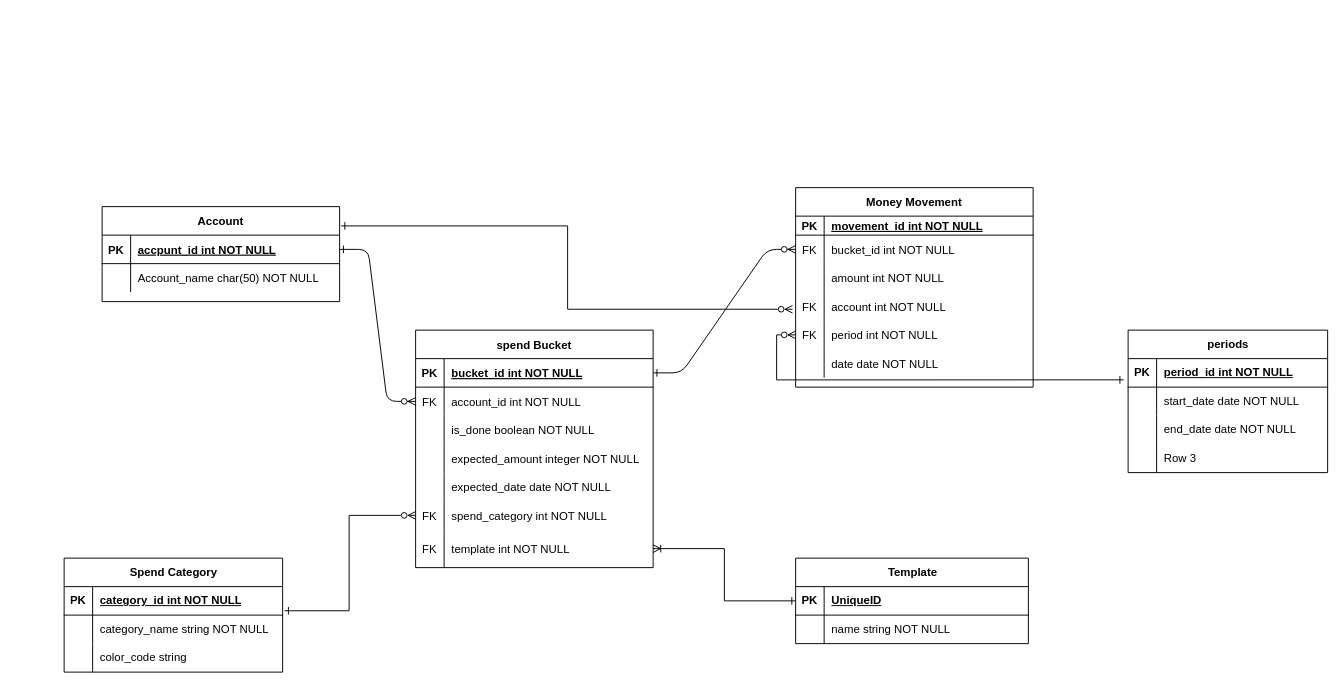
Earlier version of the draw.io diagram ERD.drawio (wolfsquared/Budgeting-App-Diagrams). Source tidied: cells renumbered, new cells numbered last; positions are measured from the earlier drawing's top-left corner, leaving out a move shared by most shapes. Both pictures are drawn from the tidied source at 95%, with x=0, y=0 at pixel (64, 187).
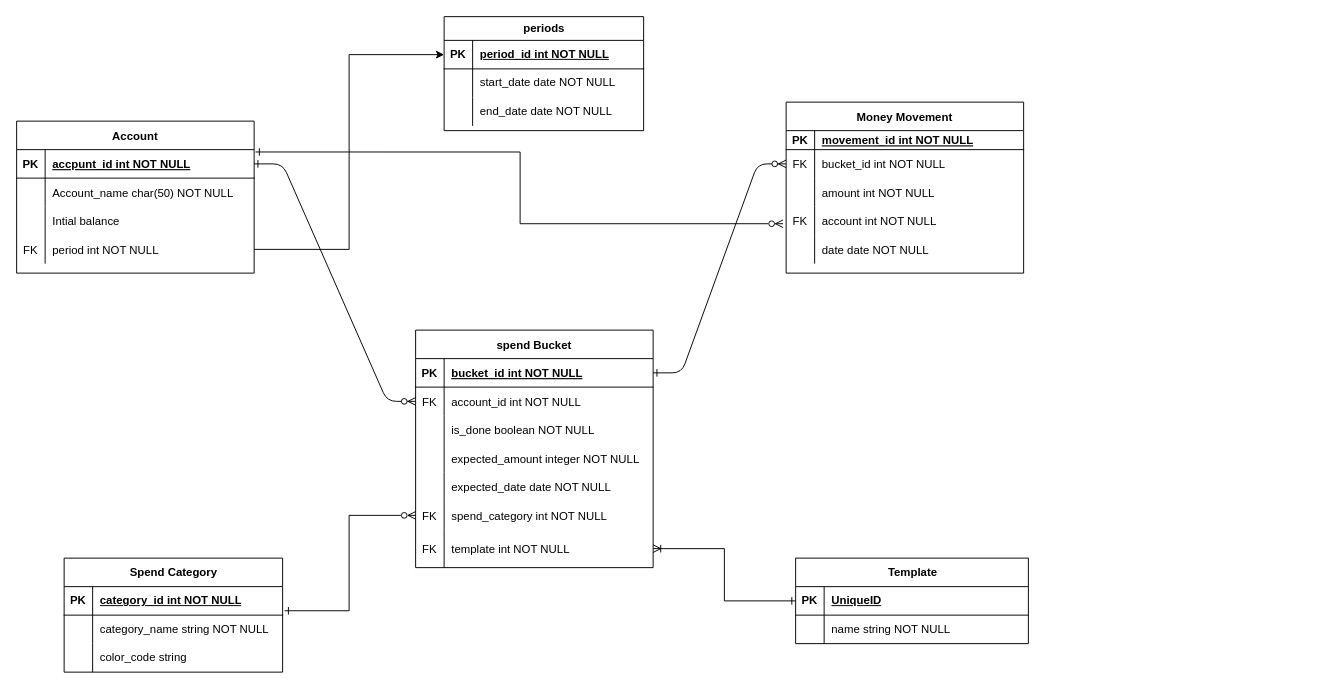
After the change.

The edit, as a diff of the source:
```diff
@@
     <mxCell id="26" value="Money Movement" style="shape=table;startSize=30;childLayout=tableLayout;rowLines=0;fontStyle=1;align=center;" parent="1" vertex="1">
-      <mxGeometry x="770" width="250" height="210" as="geometry" />
+      <mxGeometry x="760" y="-90" width="250" height="180" as="geometry" />
     </mxCell>
@@
-    <mxCell id="39" style="shape=partialRectangle;fillColor=none;points=[[0,0.5],[1,0.5]];portConstraint=eastwest;top=0;left=0;right=0;bottom=0;" parent="26" vertex="1">
-      <mxGeometry y="140" width="250" height="30" as="geometry" />
-    </mxCell>
-    <mxCell id="40" value="FK" style="shape=partialRectangle;overflow=hidden;fillColor=none;top=0;left=0;bottom=0;right=0;" parent="39" vertex="1">
-      <mxGeometry width="30" height="30" as="geometry" />
-    </mxCell>
-    <mxCell id="41" value="period int NOT NULL" style="shape=partialRectangle;overflow=hidden;fillColor=none;top=0;left=0;bottom=0;right=0;align=left;spacingLeft=6;" parent="39" vertex="1">
-      <mxGeometry x="30" width="220" height="30" as="geometry" />
-    </mxCell>
     <mxCell id="42" style="shape=partialRectangle;fillColor=none;top=0;left=0;right=0;bottom=0;" parent="26" vertex="1">
-      <mxGeometry y="170" width="250" height="30" as="geometry" />
+      <mxGeometry y="140" width="250" height="30" as="geometry" />
     </mxCell>
@@
     <mxCell id="45" value="Account" style="shape=table;startSize=30;childLayout=tableLayout;rowLines=0;fontStyle=1;align=center;" parent="1" vertex="1">
-      <mxGeometry x="40" y="20" width="250" height="100" as="geometry" />
+      <mxGeometry x="-50" y="-70" width="250" height="160" as="geometry" />
     </mxCell>
@@
+    <mxCell id="88" style="shape=partialRectangle;fillColor=none;top=0;left=0;right=0;bottom=0;" parent="45" vertex="1">
+      <mxGeometry y="90" width="250" height="30" as="geometry" />
+    </mxCell>
+    <mxCell id="89" style="shape=partialRectangle;overflow=hidden;fillColor=none;top=0;left=0;bottom=0;right=0;" parent="88" vertex="1">
+      <mxGeometry width="30" height="30" as="geometry" />
+    </mxCell>
+    <mxCell id="90" value="Intial balance" style="shape=partialRectangle;overflow=hidden;fillColor=none;top=0;left=0;bottom=0;right=0;align=left;spacingLeft=6;" parent="88" vertex="1">
+      <mxGeometry x="30" width="220" height="30" as="geometry" />
+    </mxCell>
+    <mxCell id="91" style="shape=partialRectangle;fillColor=none;points=[[0,0.5],[1,0.5]];portConstraint=eastwest;top=0;left=0;right=0;bottom=0;" parent="45" vertex="1">
+      <mxGeometry y="120" width="250" height="30" as="geometry" />
+    </mxCell>
+    <mxCell id="40" value="FK" style="shape=partialRectangle;overflow=hidden;fillColor=none;top=0;left=0;bottom=0;right=0;" parent="91" vertex="1">
+      <mxGeometry width="30" height="30" as="geometry" />
+    </mxCell>
+    <mxCell id="41" value="period int NOT NULL" style="shape=partialRectangle;overflow=hidden;fillColor=none;top=0;left=0;bottom=0;right=0;align=left;spacingLeft=6;" parent="91" vertex="1">
+      <mxGeometry x="30" width="220" height="30" as="geometry" />
+    </mxCell>
@@
-    <mxCell id="72" value="periods" style="shape=table;startSize=30;childLayout=tableLayout;rowLines=0;fontStyle=1;align=center;html=1;" parent="1" vertex="1">
-      <mxGeometry x="1120" y="150" width="210" height="150" as="geometry" />
+    <mxCell id="72" value="periods" style="shape=table;startSize=25;childLayout=tableLayout;rowLines=0;fontStyle=1;align=center;html=1;" parent="1" vertex="1">
+      <mxGeometry x="400" y="-180" width="210" height="120" as="geometry" />
     </mxCell>
     <mxCell id="73" style="shape=tableRow;horizontal=0;startSize=0;swimlaneHead=0;swimlaneBody=0;fillColor=none;points=[[0,0.5],[1,0.5]];portConstraint=eastwest;top=0;left=0;right=0;bottom=1;" parent="72" vertex="1">
-      <mxGeometry y="30" width="210" height="30" as="geometry" />
+      <mxGeometry y="25" width="210" height="30" as="geometry" />
     </mxCell>
@@
     <mxCell id="76" style="shape=tableRow;horizontal=0;startSize=0;swimlaneHead=0;swimlaneBody=0;fillColor=none;top=0;left=0;right=0;bottom=0;" parent="72" vertex="1">
-      <mxGeometry y="60" width="210" height="30" as="geometry" />
+      <mxGeometry y="55" width="210" height="30" as="geometry" />
     </mxCell>
@@
     <mxCell id="79" style="shape=tableRow;horizontal=0;startSize=0;swimlaneHead=0;swimlaneBody=0;fillColor=none;top=0;left=0;right=0;bottom=0;" parent="72" vertex="1">
-      <mxGeometry y="90" width="210" height="30" as="geometry" />
+      <mxGeometry y="85" width="210" height="30" as="geometry" />
     </mxCell>
@@
-    <mxCell id="82" style="shape=tableRow;horizontal=0;startSize=0;swimlaneHead=0;swimlaneBody=0;fillColor=none;top=0;left=0;right=0;bottom=0;" parent="72" vertex="1">
-      <mxGeometry y="120" width="210" height="30" as="geometry" />
-    </mxCell>
-    <mxCell id="83" style="shape=partialRectangle;fillColor=none;top=0;left=0;bottom=0;right=0;overflow=hidden;whiteSpace=wrap;html=1;" parent="82" vertex="1">
-      <mxGeometry width="30" height="30" as="geometry" />
-    </mxCell>
-    <mxCell id="84" value="Row 3" style="shape=partialRectangle;fillColor=none;top=0;left=0;bottom=0;right=0;align=left;spacingLeft=6;overflow=hidden;whiteSpace=wrap;html=1;" parent="82" vertex="1">
-      <mxGeometry x="30" width="180" height="30" as="geometry" />
-    </mxCell>
-    <mxCell id="85" style="edgeStyle=orthogonalEdgeStyle;rounded=0;jettySize=auto;html=1;exitX=0;exitY=0.5;exitDx=0;exitDy=0;entryX=-0.022;entryY=0.745;entryDx=0;entryDy=0;entryPerimeter=0;startArrow=ERzeroToMany;startFill=0;endArrow=ERone;endFill=0;" parent="1" edge="1" source="39" target="73">
-      <mxGeometry relative="1" as="geometry" />
-    </mxCell>
@@
+    <mxCell id="92" style="edgeStyle=orthogonalEdgeStyle;rounded=0;jettySize=auto;html=1;entryX=0;entryY=0.5;entryDx=0;entryDy=0;" parent="1" edge="1" source="91" target="73">
+      <mxGeometry relative="1" as="geometry" />
+    </mxCell>
```
